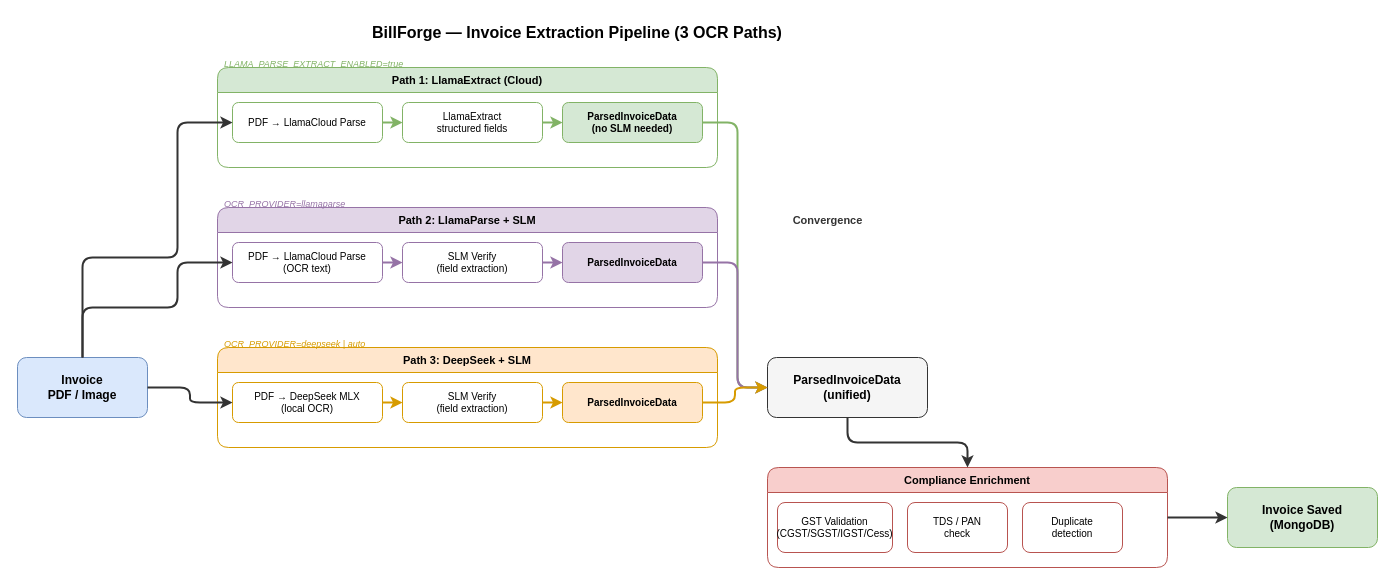
Above: docs/diagrams/invoice-pipeline.drawio in abhimanyusingh-gh/BillForge (draw.io), before the change. Source tidied: cells renumbered, new cells numbered last; positions are measured from the earlier drawing's top-left corner, leaving out a move shared by most shapes. Both pictures are drawn from the tidied source at 100%, with x=0, y=0 at pixel (17, 17).
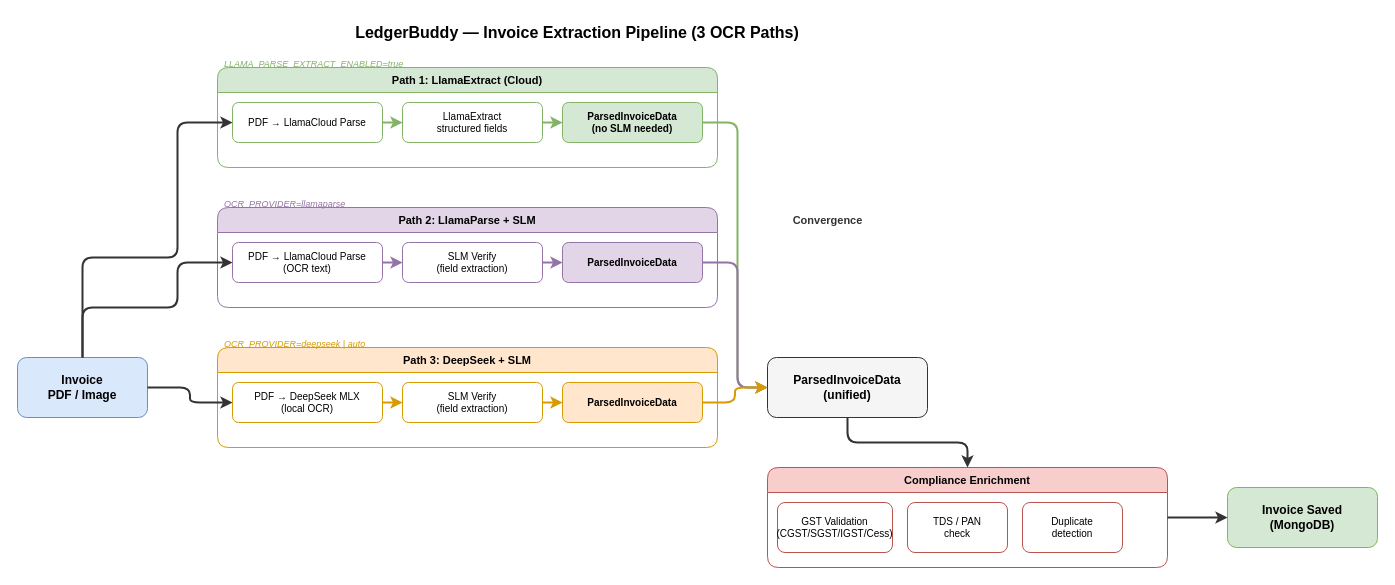
The same diagram, later.

What changed in the source:
```diff
@@
-    <mxCell id="2" value="BillForge — Invoice Extraction Pipeline (3 OCR Paths)" style="text;html=1;fontSize=16;fontStyle=1;align=center;verticalAlign=middle;whiteSpace=wrap;" parent="1" vertex="1">
+    <mxCell id="2" value="LedgerBuddy — Invoice Extraction Pipeline (3 OCR Paths)" style="text;html=1;fontSize=16;fontStyle=1;align=center;verticalAlign=middle;whiteSpace=wrap;" parent="1" vertex="1">
       <mxGeometry x="310" width="500" height="30" as="geometry" />
     </mxCell>
```
